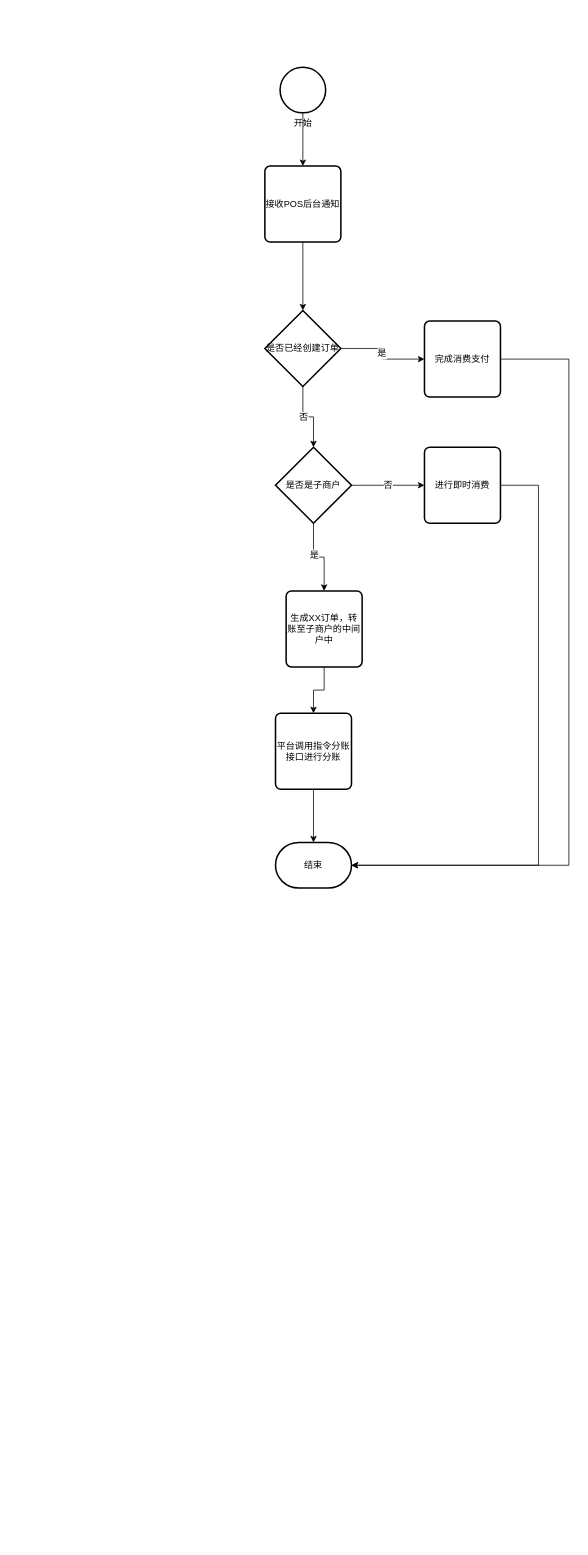
The draw.io diagram page "Page-1" (1 of 2) of design/指令分账.drawio in waterStone528/job-lakala, before the edit. Source tidied: cells renumbered, new cells numbered last; positions are measured from the earlier drawing's top-left corner, leaving out a move shared by most shapes. Both pictures are drawn from the tidied source at 76%, with x=0, y=0 at pixel (264, 67).
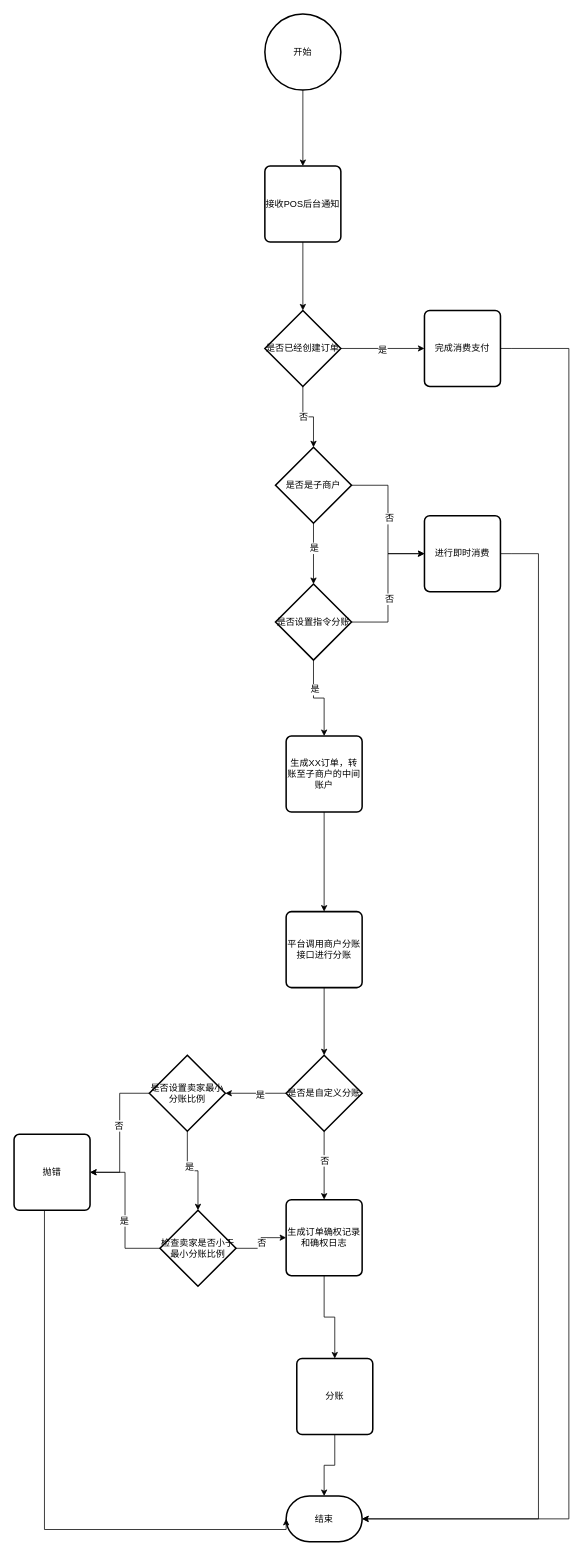
The same page after the edit.

The change refers to these unchanged cells:
```xml
<mxCell id="5" value="接收POS后台通知" style="rounded=1;whiteSpace=wrap;html=1;absoluteArcSize=1;arcSize=14;strokeWidth=2;" parent="1" vertex="1">
  <mxGeometry y="130" width="100" height="100" as="geometry" />
</mxCell>
<mxCell id="15" value="是否是子商户" style="strokeWidth=2;html=1;shape=mxgraph.flowchart.decision;whiteSpace=wrap;" parent="1" vertex="1">
  <mxGeometry x="14" y="500" width="100" height="100" as="geometry" />
</mxCell>
```

Diff of the diagram source:
```diff
@@
-    <mxCell id="2" style="edgeStyle=orthogonalEdgeStyle;rounded=0;jettySize=auto;html=1;" parent="1" edge="1" source="3" target="5">
-      <mxGeometry relative="1" as="geometry" />
-    </mxCell>
-    <mxCell id="3" value="开始" style="verticalLabelPosition=bottom;verticalAlign=top;html=1;strokeWidth=2;shape=mxgraph.flowchart.on-page_reference;" parent="1" vertex="1">
-      <mxGeometry x="20" width="60" height="60" as="geometry" />
-    </mxCell>
@@
-    <mxCell id="13" style="edgeStyle=orthogonalEdgeStyle;rounded=0;jettySize=auto;html=1;entryX=0.5;entryY=0;entryDx=0;entryDy=0;" parent="1" edge="1" source="15" target="21">
-      <mxGeometry relative="1" as="geometry" />
-    </mxCell>
-    <mxCell id="14" value="是" style="text;html=1;align=center;verticalAlign=middle;labelBackgroundColor=#ffffff;" parent="13" vertex="1">
-      <mxGeometry x="-0.2" relative="1" as="geometry" />
-    </mxCell>
+    <mxCell id="25" style="edgeStyle=orthogonalEdgeStyle;rounded=0;jettySize=auto;html=1;" parent="1" edge="1" source="15" target="31">
+      <mxGeometry relative="1" as="geometry" />
+    </mxCell>
+    <mxCell id="26" value="是" style="text;html=1;align=center;verticalAlign=middle;labelBackgroundColor=#ffffff;" parent="25" vertex="1">
+      <mxGeometry x="-0.2" relative="1" as="geometry" />
+    </mxCell>
@@
+    <mxCell id="27" style="edgeStyle=orthogonalEdgeStyle;rounded=0;jettySize=auto;html=1;entryX=0;entryY=0.5;entryDx=0;entryDy=0;" parent="1" edge="1" source="31" target="19">
+      <mxGeometry relative="1" as="geometry" />
+    </mxCell>
+    <mxCell id="28" value="否" style="text;html=1;align=center;verticalAlign=middle;labelBackgroundColor=#ffffff;" parent="27" vertex="1">
+      <mxGeometry x="-0.15" y="-1" relative="1" as="geometry" />
+    </mxCell>
+    <mxCell id="29" style="edgeStyle=orthogonalEdgeStyle;rounded=0;jettySize=auto;html=1;entryX=0.5;entryY=0;entryDx=0;entryDy=0;" parent="1" edge="1" source="31" target="21">
+      <mxGeometry relative="1" as="geometry" />
+    </mxCell>
+    <mxCell id="30" value="是" style="text;html=1;align=center;verticalAlign=middle;labelBackgroundColor=#ffffff;" parent="29" vertex="1">
+      <mxGeometry x="-0.33" y="1" relative="1" as="geometry" />
+    </mxCell>
+    <mxCell id="31" value="是否设置指令分账" style="strokeWidth=2;html=1;shape=mxgraph.flowchart.decision;whiteSpace=wrap;" parent="1" vertex="1">
+      <mxGeometry x="14" y="680" width="100" height="100" as="geometry" />
+    </mxCell>
-    <mxCell id="16" style="edgeStyle=orthogonalEdgeStyle;rounded=0;jettySize=auto;html=1;entryX=1;entryY=0.5;entryDx=0;entryDy=0;entryPerimeter=0;" parent="1" edge="1" source="17" target="24">
+    <mxCell id="16" style="edgeStyle=orthogonalEdgeStyle;rounded=0;jettySize=auto;html=1;entryX=1;entryY=0.5;entryDx=0;entryDy=0;entryPerimeter=0;exitX=1;exitY=0.5;exitDx=0;exitDy=0;" parent="1" edge="1" source="17" target="24">
       <mxGeometry relative="1" as="geometry">
         <Array as="points">
-          <mxPoint x="400" y="384" />
-          <mxPoint x="400" y="1050" />
+          <mxPoint x="324" y="370" />
+          <mxPoint x="400" y="370" />
+          <mxPoint x="400" y="1910" />
         </Array>
       </mxGeometry>
     </mxCell>
     <mxCell id="17" value="完成消费支付" style="rounded=1;whiteSpace=wrap;html=1;absoluteArcSize=1;arcSize=14;strokeWidth=2;" parent="1" vertex="1">
-      <mxGeometry x="210" y="334" width="100" height="100" as="geometry" />
+      <mxGeometry x="210" y="320" width="100" height="100" as="geometry" />
     </mxCell>
-    <mxCell id="18" style="edgeStyle=orthogonalEdgeStyle;rounded=0;jettySize=auto;html=1;entryX=1;entryY=0.5;entryDx=0;entryDy=0;entryPerimeter=0;" parent="1" edge="1" source="19" target="24">
+    <mxCell id="18" style="edgeStyle=orthogonalEdgeStyle;rounded=0;jettySize=auto;html=1;entryX=1;entryY=0.5;entryDx=0;entryDy=0;entryPerimeter=0;exitX=1;exitY=0.5;exitDx=0;exitDy=0;" parent="1" edge="1" source="19" target="24">
       <mxGeometry relative="1" as="geometry">
         <Array as="points">
-          <mxPoint x="360" y="550" />
-          <mxPoint x="360" y="1050" />
+          <mxPoint x="324" y="640" />
+          <mxPoint x="360" y="640" />
+          <mxPoint x="360" y="1910" />
         </Array>
       </mxGeometry>
     </mxCell>
     <mxCell id="19" value="进行即时消费" style="rounded=1;whiteSpace=wrap;html=1;absoluteArcSize=1;arcSize=14;strokeWidth=2;" parent="1" vertex="1">
-      <mxGeometry x="210" y="500" width="100" height="100" as="geometry" />
+      <mxGeometry x="210" y="590" width="100" height="100" as="geometry" />
     </mxCell>
@@
-    <mxCell id="21" value="生成XX订单，转账至子商户的中间户中" style="rounded=1;whiteSpace=wrap;html=1;absoluteArcSize=1;arcSize=14;strokeWidth=2;" parent="1" vertex="1">
-      <mxGeometry x="28" y="689" width="100" height="100" as="geometry" />
+    <mxCell id="21" value="生成XX订单，转账至子商户的中间账户" style="rounded=1;whiteSpace=wrap;html=1;absoluteArcSize=1;arcSize=14;strokeWidth=2;" parent="1" vertex="1">
+      <mxGeometry x="28" y="880" width="100" height="100" as="geometry" />
     </mxCell>
-    <mxCell id="22" style="edgeStyle=orthogonalEdgeStyle;rounded=0;jettySize=auto;html=1;" parent="1" edge="1" source="23" target="24">
-      <mxGeometry relative="1" as="geometry" />
-    </mxCell>
+    <mxCell id="32" style="edgeStyle=orthogonalEdgeStyle;rounded=0;jettySize=auto;html=1;" parent="1" edge="1" source="23" target="37">
+      <mxGeometry relative="1" as="geometry" />
+    </mxCell>
-    <mxCell id="23" value="平台调用指令分账接口进行分账" style="rounded=1;whiteSpace=wrap;html=1;absoluteArcSize=1;arcSize=14;strokeWidth=2;" parent="1" vertex="1">
-      <mxGeometry x="14" y="850" width="100" height="100" as="geometry" />
+    <mxCell id="23" value="平台调用商户分账接口进行分账" style="rounded=1;whiteSpace=wrap;html=1;absoluteArcSize=1;arcSize=14;strokeWidth=2;" parent="1" vertex="1">
+      <mxGeometry x="28" y="1111" width="100" height="100" as="geometry" />
     </mxCell>
     <mxCell id="24" value="结束" style="strokeWidth=2;html=1;shape=mxgraph.flowchart.terminator;whiteSpace=wrap;" parent="1" vertex="1">
-      <mxGeometry x="14" y="1020" width="100" height="60" as="geometry" />
+      <mxGeometry x="28" y="1880" width="100" height="60" as="geometry" />
     </mxCell>
+    <mxCell id="2" style="edgeStyle=orthogonalEdgeStyle;rounded=0;jettySize=auto;html=1;entryX=0.5;entryY=0;entryDx=0;entryDy=0;" parent="1" edge="1" source="3" target="5">
+      <mxGeometry relative="1" as="geometry" />
+    </mxCell>
+    <mxCell id="3" value="开始" style="strokeWidth=2;html=1;shape=mxgraph.flowchart.start_2;whiteSpace=wrap;" parent="1" vertex="1">
+      <mxGeometry y="-70" width="100" height="100" as="geometry" />
+    </mxCell>
+    <mxCell id="33" style="edgeStyle=orthogonalEdgeStyle;rounded=0;jettySize=auto;html=1;" parent="1" edge="1" source="37" target="42">
+      <mxGeometry relative="1" as="geometry" />
+    </mxCell>
+    <mxCell id="34" value="是" style="text;html=1;align=center;verticalAlign=middle;labelBackgroundColor=#ffffff;" parent="33" vertex="1">
+      <mxGeometry x="-0.12" y="2" relative="1" as="geometry" />
+    </mxCell>
+    <mxCell id="35" style="edgeStyle=orthogonalEdgeStyle;rounded=0;jettySize=auto;html=1;" parent="1" edge="1" source="37" target="49">
+      <mxGeometry relative="1" as="geometry" />
+    </mxCell>
+    <mxCell id="36" value="否" style="text;html=1;align=center;verticalAlign=middle;labelBackgroundColor=#ffffff;" parent="35" vertex="1">
+      <mxGeometry x="-0.16" relative="1" as="geometry" />
+    </mxCell>
+    <mxCell id="37" value="是否是自定义分账" style="strokeWidth=2;html=1;shape=mxgraph.flowchart.decision;whiteSpace=wrap;" parent="1" vertex="1">
+      <mxGeometry x="28" y="1300" width="100" height="100" as="geometry" />
+    </mxCell>
+    <mxCell id="38" style="edgeStyle=orthogonalEdgeStyle;rounded=0;jettySize=auto;html=1;entryX=1;entryY=0.5;entryDx=0;entryDy=0;" parent="1" edge="1" source="42" target="53">
+      <mxGeometry relative="1" as="geometry" />
+    </mxCell>
+    <mxCell id="39" value="否" style="text;html=1;align=center;verticalAlign=middle;labelBackgroundColor=#ffffff;" parent="38" vertex="1">
+      <mxGeometry x="-0.11" y="-2" relative="1" as="geometry" />
+    </mxCell>
+    <mxCell id="40" style="edgeStyle=orthogonalEdgeStyle;rounded=0;jettySize=auto;html=1;" parent="1" edge="1" source="42" target="47">
+      <mxGeometry relative="1" as="geometry" />
+    </mxCell>
+    <mxCell id="41" value="是" style="text;html=1;align=center;verticalAlign=middle;labelBackgroundColor=#ffffff;" parent="40" vertex="1">
+      <mxGeometry x="-0.22" y="2" relative="1" as="geometry" />
+    </mxCell>
+    <mxCell id="42" value="是否设置卖家最小分账比例" style="strokeWidth=2;html=1;shape=mxgraph.flowchart.decision;whiteSpace=wrap;" parent="1" vertex="1">
+      <mxGeometry x="-152" y="1300" width="100" height="100" as="geometry" />
+    </mxCell>
+    <mxCell id="43" style="edgeStyle=orthogonalEdgeStyle;rounded=0;jettySize=auto;html=1;entryX=0;entryY=0.5;entryDx=0;entryDy=0;" parent="1" edge="1" source="47" target="49">
+      <mxGeometry relative="1" as="geometry" />
+    </mxCell>
+    <mxCell id="44" value="否" style="text;html=1;align=center;verticalAlign=middle;labelBackgroundColor=#ffffff;" parent="43" vertex="1">
+      <mxGeometry relative="1" as="geometry" />
+    </mxCell>
+    <mxCell id="45" style="edgeStyle=orthogonalEdgeStyle;rounded=0;jettySize=auto;html=1;entryX=1;entryY=0.5;entryDx=0;entryDy=0;" parent="1" edge="1" source="47" target="53">
+      <mxGeometry relative="1" as="geometry" />
+    </mxCell>
+    <mxCell id="46" value="是" style="text;html=1;align=center;verticalAlign=middle;labelBackgroundColor=#ffffff;" parent="45" vertex="1">
+      <mxGeometry x="-0.14" y="2" relative="1" as="geometry" />
+    </mxCell>
+    <mxCell id="47" value="检查卖家是否小于最小分账比例" style="strokeWidth=2;html=1;shape=mxgraph.flowchart.decision;whiteSpace=wrap;" parent="1" vertex="1">
+      <mxGeometry x="-138" y="1504" width="100" height="100" as="geometry" />
+    </mxCell>
+    <mxCell id="48" style="edgeStyle=orthogonalEdgeStyle;rounded=0;jettySize=auto;html=1;" parent="1" edge="1" source="49" target="51">
+      <mxGeometry relative="1" as="geometry" />
+    </mxCell>
+    <mxCell id="49" value="生成订单确权记录和确权日志" style="rounded=1;whiteSpace=wrap;html=1;absoluteArcSize=1;arcSize=14;strokeWidth=2;" parent="1" vertex="1">
+      <mxGeometry x="28" y="1490" width="100" height="100" as="geometry" />
+    </mxCell>
+    <mxCell id="50" style="edgeStyle=orthogonalEdgeStyle;rounded=0;jettySize=auto;html=1;" parent="1" edge="1" source="51" target="24">
+      <mxGeometry relative="1" as="geometry" />
+    </mxCell>
+    <mxCell id="51" value="分账" style="rounded=1;whiteSpace=wrap;html=1;absoluteArcSize=1;arcSize=14;strokeWidth=2;" parent="1" vertex="1">
+      <mxGeometry x="42" y="1699" width="100" height="100" as="geometry" />
+    </mxCell>
+    <mxCell id="52" style="edgeStyle=orthogonalEdgeStyle;rounded=0;jettySize=auto;html=1;entryX=0;entryY=0.5;entryDx=0;entryDy=0;entryPerimeter=0;" parent="1" edge="1" source="53" target="24">
+      <mxGeometry relative="1" as="geometry">
+        <Array as="points">
+          <mxPoint x="-290" y="1924" />
+        </Array>
+      </mxGeometry>
+    </mxCell>
+    <mxCell id="53" value="抛错" style="rounded=1;whiteSpace=wrap;html=1;absoluteArcSize=1;arcSize=14;strokeWidth=2;" parent="1" vertex="1">
+      <mxGeometry x="-330" y="1404" width="100" height="100" as="geometry" />
+    </mxCell>
```
